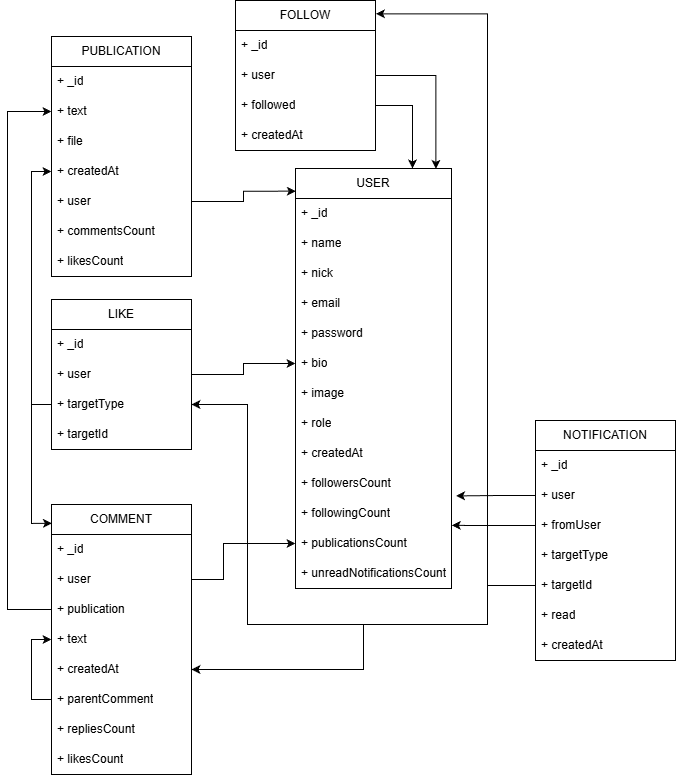
Before: api-rest/database/Diagram.drawio.png, a diagram exported from draw.io (Ezagu/red-social). Source tidied: cells renumbered, new cells last; positions are measured from the earlier drawing's top-left corner, leaving out a move shared by most shapes.
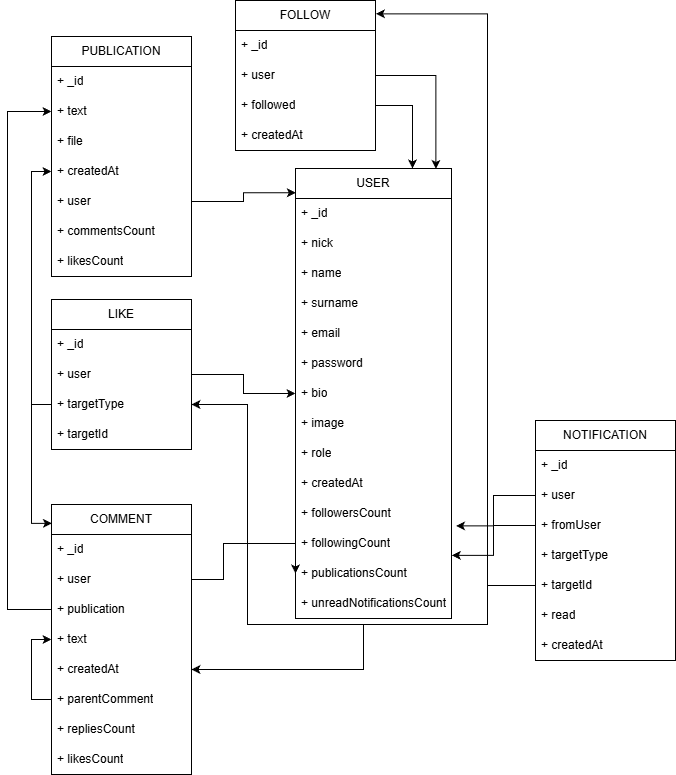
After the commit.

Diff of the diagram source:
```diff
@@ -3,46 +3,49 @@
     <mxCell id="0" />
     <mxCell id="1" parent="0" />
     <mxCell id="2" value="USER" style="swimlane;fontStyle=0;horizontal=1;startSize=30;whiteSpace=wrap;html=1;" parent="1" vertex="1">
-      <mxGeometry x="288" y="168" width="156" height="420" as="geometry" />
+      <mxGeometry x="288" y="168" width="156" height="450" as="geometry" />
     </mxCell>
     <mxCell id="3" value="+ _id" style="text;strokeColor=none;fillColor=none;align=left;verticalAlign=middle;spacingLeft=4;spacingRight=4;overflow=hidden;whiteSpace=wrap;html=1;" parent="2" vertex="1">
       <mxGeometry y="30" width="156" height="30" as="geometry" />
     </mxCell>
+    <mxCell id="5" value="+ nick" style="text;strokeColor=none;fillColor=none;align=left;verticalAlign=middle;spacingLeft=4;spacingRight=4;overflow=hidden;whiteSpace=wrap;html=1;" parent="2" vertex="1">
+      <mxGeometry y="60" width="156" height="30" as="geometry" />
+    </mxCell>
     <mxCell id="4" value="+ name" style="text;strokeColor=none;fillColor=none;align=left;verticalAlign=middle;spacingLeft=4;spacingRight=4;overflow=hidden;whiteSpace=wrap;html=1;" parent="2" vertex="1">
-      <mxGeometry y="60" width="156" height="30" as="geometry" />
+      <mxGeometry y="90" width="156" height="30" as="geometry" />
     </mxCell>
-    <mxCell id="5" value="+ nick" style="text;strokeColor=none;fillColor=none;align=left;verticalAlign=middle;spacingLeft=4;spacingRight=4;overflow=hidden;whiteSpace=wrap;html=1;" parent="2" vertex="1">
-      <mxGeometry y="90" width="156" height="30" as="geometry" />
-    </mxCell>
+    <mxCell id="66" value="+ surname" style="text;strokeColor=none;fillColor=none;align=left;verticalAlign=middle;spacingLeft=4;spacingRight=4;overflow=hidden;whiteSpace=wrap;html=1;" parent="2" vertex="1">
+      <mxGeometry y="120" width="156" height="30" as="geometry" />
+    </mxCell>
     <mxCell id="6" value="+ email" style="text;strokeColor=none;fillColor=none;align=left;verticalAlign=middle;spacingLeft=4;spacingRight=4;overflow=hidden;whiteSpace=wrap;html=1;" parent="2" vertex="1">
-      <mxGeometry y="120" width="156" height="30" as="geometry" />
+      <mxGeometry y="150" width="156" height="30" as="geometry" />
     </mxCell>
     <mxCell id="7" value="+ password" style="text;strokeColor=none;fillColor=none;align=left;verticalAlign=middle;spacingLeft=4;spacingRight=4;overflow=hidden;whiteSpace=wrap;html=1;" parent="2" vertex="1">
-      <mxGeometry y="150" width="156" height="30" as="geometry" />
+      <mxGeometry y="180" width="156" height="30" as="geometry" />
     </mxCell>
     <mxCell id="8" value="+ bio" style="text;strokeColor=none;fillColor=none;align=left;verticalAlign=middle;spacingLeft=4;spacingRight=4;overflow=hidden;points=[[0,0.5],[1,0.5]];portConstraint=eastwest;whiteSpace=wrap;html=1;" parent="2" vertex="1">
-      <mxGeometry y="180" width="156" height="30" as="geometry" />
+      <mxGeometry y="210" width="156" height="30" as="geometry" />
     </mxCell>
     <mxCell id="9" value="+ image" style="text;strokeColor=none;fillColor=none;align=left;verticalAlign=middle;spacingLeft=4;spacingRight=4;overflow=hidden;whiteSpace=wrap;html=1;" parent="2" vertex="1">
-      <mxGeometry y="210" width="156" height="30" as="geometry" />
+      <mxGeometry y="240" width="156" height="30" as="geometry" />
     </mxCell>
     <mxCell id="10" value="+ role" style="text;strokeColor=none;fillColor=none;align=left;verticalAlign=middle;spacingLeft=4;spacingRight=4;overflow=hidden;whiteSpace=wrap;html=1;" parent="2" vertex="1">
-      <mxGeometry y="240" width="156" height="30" as="geometry" />
+      <mxGeometry y="270" width="156" height="30" as="geometry" />
     </mxCell>
     <mxCell id="11" value="+ createdAt" style="text;strokeColor=none;fillColor=none;align=left;verticalAlign=middle;spacingLeft=4;spacingRight=4;overflow=hidden;whiteSpace=wrap;html=1;" parent="2" vertex="1">
-      <mxGeometry y="270" width="156" height="30" as="geometry" />
+      <mxGeometry y="300" width="156" height="30" as="geometry" />
     </mxCell>
     <mxCell id="12" value="+ followersCount" style="text;strokeColor=none;fillColor=none;align=left;verticalAlign=middle;spacingLeft=4;spacingRight=4;overflow=hidden;whiteSpace=wrap;html=1;" parent="2" vertex="1">
-      <mxGeometry y="300" width="156" height="30" as="geometry" />
+      <mxGeometry y="330" width="156" height="30" as="geometry" />
     </mxCell>
     <mxCell id="13" value="+ followingCount" style="text;strokeColor=none;fillColor=none;align=left;verticalAlign=middle;spacingLeft=4;spacingRight=4;overflow=hidden;points=[[0,0.5],[1,0.5]];portConstraint=eastwest;whiteSpace=wrap;html=1;" parent="2" vertex="1">
-      <mxGeometry y="330" width="156" height="30" as="geometry" />
+      <mxGeometry y="360" width="156" height="30" as="geometry" />
     </mxCell>
     <mxCell id="14" value="+ publicationsCount" style="text;strokeColor=none;fillColor=none;align=left;verticalAlign=middle;spacingLeft=4;spacingRight=4;overflow=hidden;points=[[0,0.5],[1,0.5]];portConstraint=eastwest;whiteSpace=wrap;html=1;" parent="2" vertex="1">
-      <mxGeometry y="360" width="156" height="30" as="geometry" />
+      <mxGeometry y="390" width="156" height="30" as="geometry" />
     </mxCell>
     <mxCell id="15" value="+ unreadNotificationsCount" style="text;strokeColor=none;fillColor=none;align=left;verticalAlign=middle;spacingLeft=4;spacingRight=4;overflow=hidden;whiteSpace=wrap;html=1;" parent="2" vertex="1">
-      <mxGeometry y="390" width="156" height="30" as="geometry" />
+      <mxGeometry y="420" width="156" height="30" as="geometry" />
     </mxCell>
     <mxCell id="16" value="PUBLICATION" style="swimlane;fontStyle=0;horizontal=1;startSize=30;whiteSpace=wrap;html=1;" parent="1" vertex="1">
       <mxGeometry x="44" y="36" width="140" height="240" as="geometry" />
```
